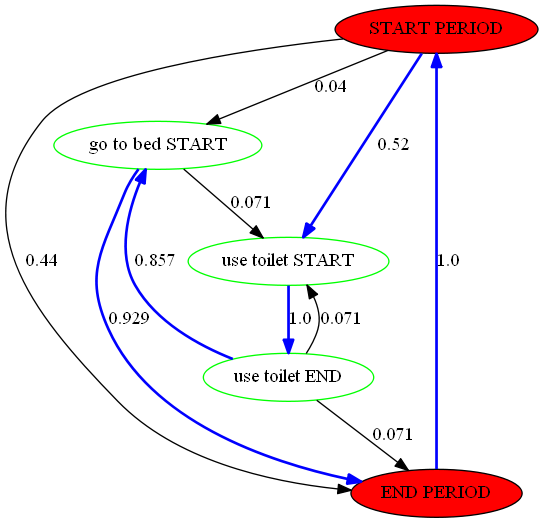
Before: test.png, a diagram exported from Graphviz (CyriacAzefack/Frailty_Box). Its source is kept beside it as test.dot. Source of this version:
```dot
digraph  {
"START PERIOD" [color=black, style=filled, fillcolor=red];
"go to bed START" [color=green];
"use toilet END" [color=green];
"use toilet START" [color=green];
"END PERIOD" [color=black, style=filled, fillcolor=red];
"START PERIOD" -> "go to bed START"  [key=0, weight="0.04", penwidth=1, label="0.04", color=black];
"START PERIOD" -> "use toilet START"  [key=0, weight="0.52", penwidth=2, label="0.52", color=blue];
"START PERIOD" -> "END PERIOD"  [key=0, weight="0.44", penwidth=1, label="0.44", color=black];
"go to bed START" -> "use toilet START"  [key=0, weight="0.071", penwidth=1, label="0.071", color=black];
"go to bed START" -> "END PERIOD"  [key=0, weight="0.929", penwidth=2, label="0.929", color=blue];
"use toilet END" -> "go to bed START"  [key=0, weight="0.857", penwidth=2, label="0.857", color=blue];
"use toilet END" -> "use toilet START"  [key=0, weight="0.071", penwidth=1, label="0.071", color=black];
"use toilet END" -> "END PERIOD"  [key=0, weight="0.071", penwidth=1, label="0.071", color=black];
"use toilet START" -> "use toilet END"  [key=0, weight="1.0", penwidth=2, label="1.0", color=blue];
"END PERIOD" -> "START PERIOD"  [key=0, weight="1.0", penwidth=2, label="1.0", color=blue];
}
```
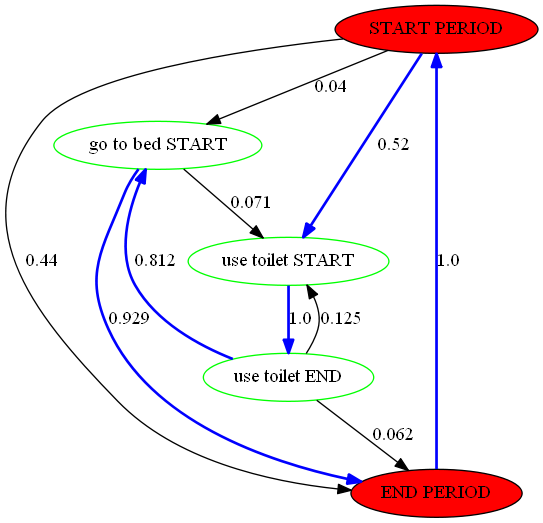
After the commit.

Commit message:
Own label management for graphs

Change to the diagram source:
```diff
@@ -9,9 +9,9 @@
 "START PERIOD" -> "END PERIOD"  [key=0, weight="0.44", penwidth=1, label="0.44", color=black];
 "go to bed START" -> "use toilet START"  [key=0, weight="0.071", penwidth=1, label="0.071", color=black];
 "go to bed START" -> "END PERIOD"  [key=0, weight="0.929", penwidth=2, label="0.929", color=blue];
-"use toilet END" -> "go to bed START"  [key=0, weight="0.857", penwidth=2, label="0.857", color=blue];
-"use toilet END" -> "use toilet START"  [key=0, weight="0.071", penwidth=1, label="0.071", color=black];
-"use toilet END" -> "END PERIOD"  [key=0, weight="0.071", penwidth=1, label="0.071", color=black];
+"use toilet END" -> "go to bed START"  [key=0, weight="0.812", penwidth=2, label="0.812", color=blue];
+"use toilet END" -> "use toilet START"  [key=0, weight="0.125", penwidth=1, label="0.125", color=black];
+"use toilet END" -> "END PERIOD"  [key=0, weight="0.062", penwidth=1, label="0.062", color=black];
 "use toilet START" -> "use toilet END"  [key=0, weight="1.0", penwidth=2, label="1.0", color=blue];
 "END PERIOD" -> "START PERIOD"  [key=0, weight="1.0", penwidth=2, label="1.0", color=blue];
 }
```
